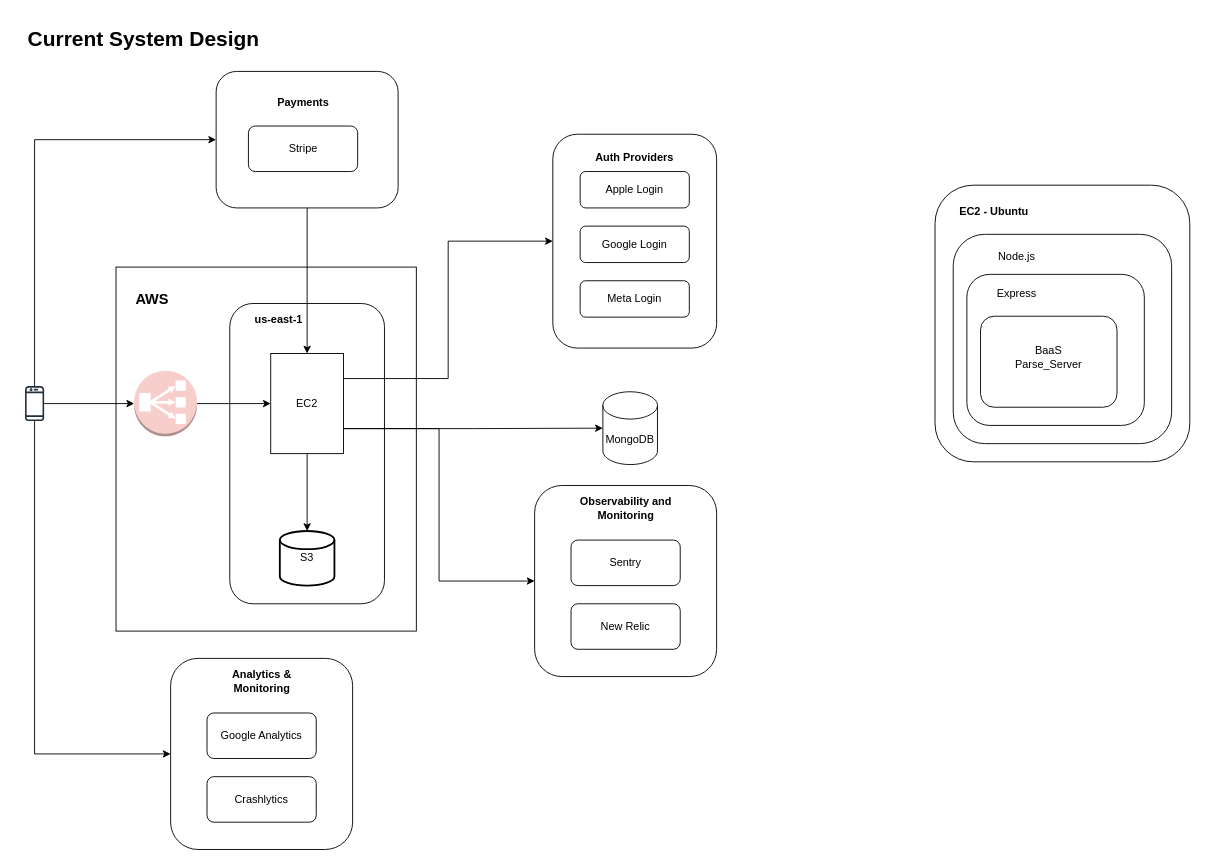
Before: system-design-common-app.drawio in jasieloc/system-design, a draw.io diagram. Source tidied: cells renumbered, new cells numbered last; positions are measured from the earlier drawing's top-left corner, leaving out a move shared by most shapes. Both pictures are drawn from the tidied source at 91%, with x=0, y=0 at pixel (25, 20).
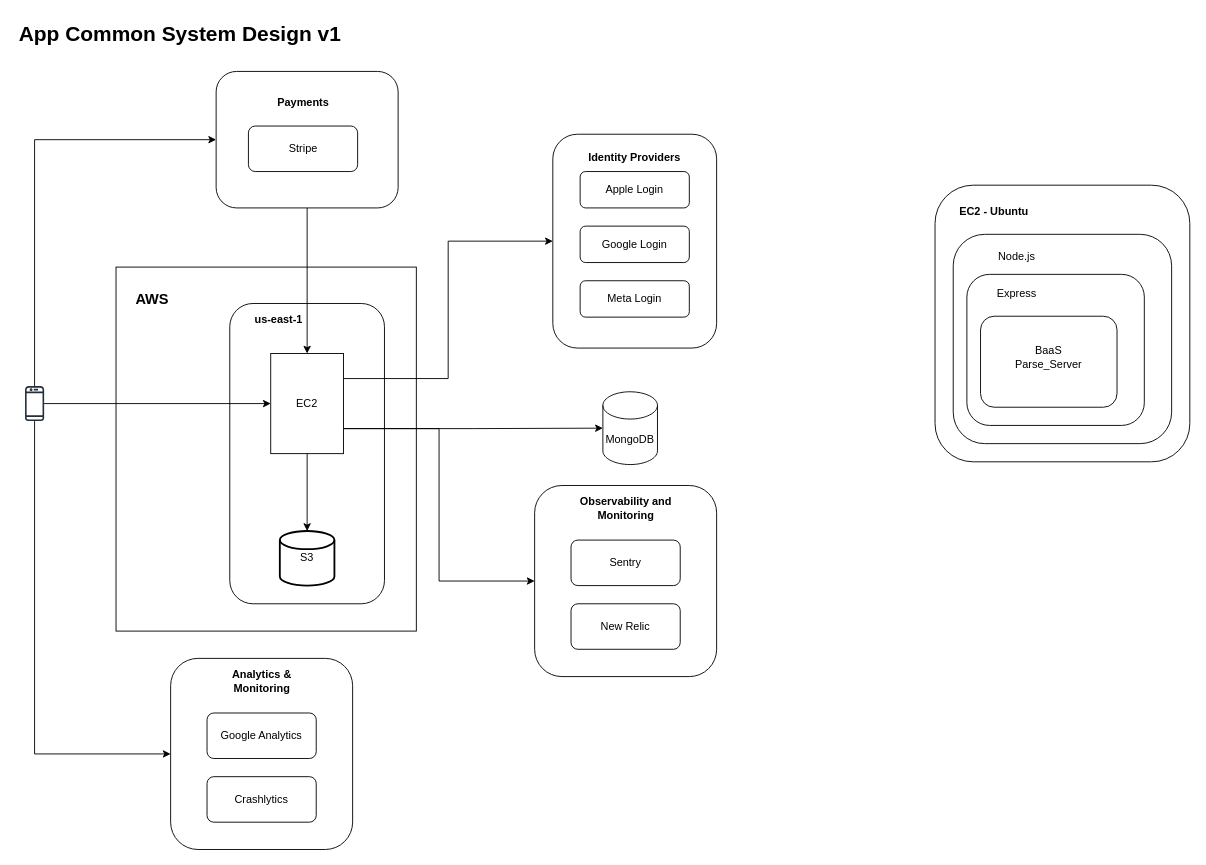
After the change.

Unchanged cells that the change refers to:
```xml
<mxCell id="11" value="EC2" style="rounded=0;whiteSpace=wrap;html=1;" parent="1" vertex="1">
  <mxGeometry x="270" y="366" width="80" height="110" as="geometry" />
</mxCell>
<mxCell id="15" style="sketch=0;outlineConnect=0;fontColor=#232F3E;gradientColor=none;fillColor=#232F3D;strokeColor=none;dashed=0;verticalLabelPosition=bottom;verticalAlign=top;align=center;html=1;fontSize=12;fontStyle=0;shape=mxgraph.aws4.mobile_client;" parent="1" vertex="1">
  <mxGeometry y="401" width="21" height="40" as="geometry" />
</mxCell>
```

Change to the diagram source:
```diff
@@
-    <mxCell id="6" value="Current System Design" style="text;html=1;align=center;verticalAlign=middle;strokeColor=none;fillColor=none;fontSize=23;fontStyle=1;" parent="1" vertex="1">
-      <mxGeometry width="260" height="40" as="geometry" />
+    <mxCell id="6" value="App Common System Design v1" style="text;html=1;align=center;verticalAlign=middle;strokeColor=none;fillColor=none;fontSize=23;fontStyle=1;" parent="1" vertex="1">
+      <mxGeometry x="-10" y="-5" width="360" height="40" as="geometry" />
     </mxCell>
@@
-    <mxCell id="12" style="edgeStyle=orthogonalEdgeStyle;rounded=0;jettySize=auto;html=1;" parent="1" edge="1" source="15" target="17">
-      <mxGeometry relative="1" as="geometry" />
-    </mxCell>
@@
-    <mxCell id="16" style="edgeStyle=orthogonalEdgeStyle;rounded=0;jettySize=auto;html=1;exitX=1;exitY=0.5;exitDx=0;exitDy=0;exitPerimeter=0;entryX=0;entryY=0.5;entryDx=0;entryDy=0;" parent="1" edge="1" source="17" target="11">
+    <mxCell id="16" style="edgeStyle=orthogonalEdgeStyle;rounded=0;jettySize=auto;html=1;entryX=0;entryY=0.5;entryDx=0;entryDy=0;" parent="1" edge="1" source="15" target="11">
       <mxGeometry relative="1" as="geometry" />
     </mxCell>
-    <mxCell id="17" style="outlineConnect=0;dashed=0;verticalLabelPosition=bottom;verticalAlign=top;align=center;html=1;shape=mxgraph.aws3.classic_load_balancer;fillColor=#f8cecc;strokeColor=#b85450;" parent="1" vertex="1">
-      <mxGeometry x="120" y="385" width="69" height="72" as="geometry" />
-    </mxCell>
@@
-    <mxCell id="25" value="Auth Providers" style="text;html=1;align=center;verticalAlign=middle;whiteSpace=wrap;rounded=0;fontStyle=1;" parent="1" vertex="1">
+    <mxCell id="25" value="Identity Providers" style="text;html=1;align=center;verticalAlign=middle;whiteSpace=wrap;rounded=0;fontStyle=1;" parent="1" vertex="1">
       <mxGeometry x="610" y="136" width="120" height="30" as="geometry" />
     </mxCell>
```
